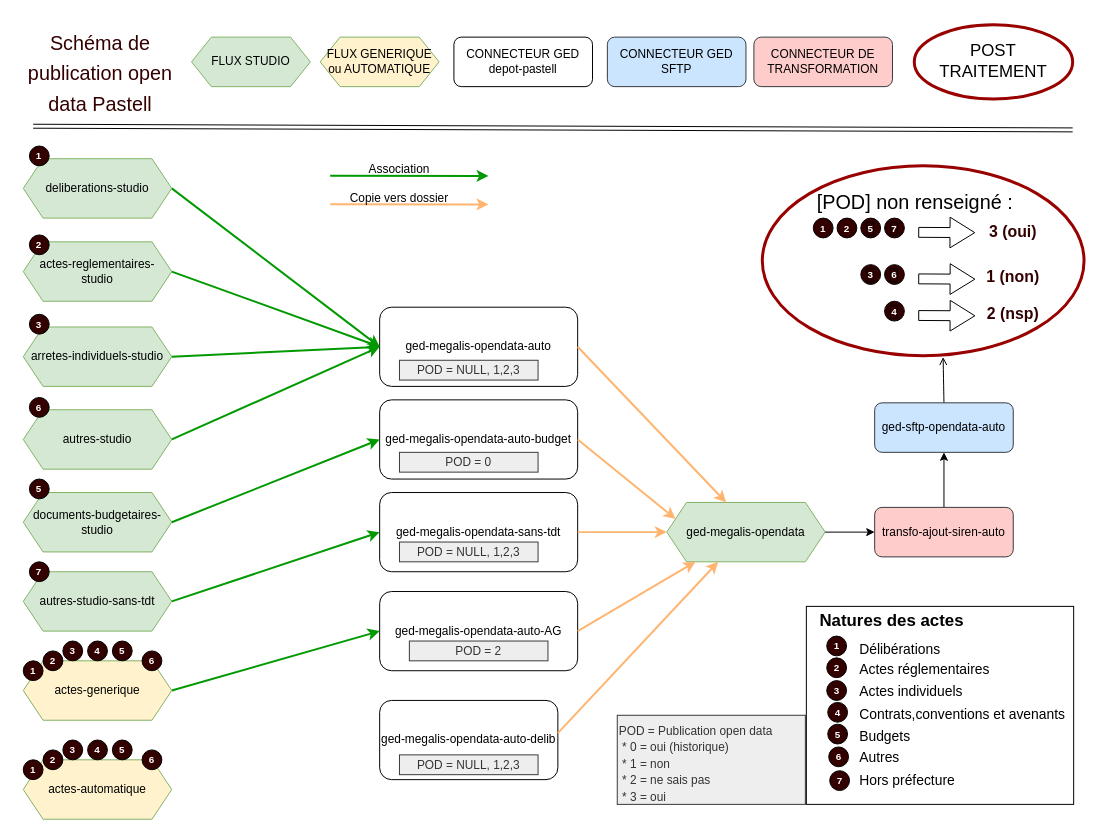
Before: source/pastell_publication_OD.drawio in megalis-bretagne/opendata-documentation, a draw.io diagram. Source tidied: cells renumbered, new cells numbered last; positions are measured from the earlier drawing's top-left corner, leaving out a move shared by most shapes. Both pictures are drawn from the tidied source at 99%, with x=0, y=0 at pixel (16, 17).
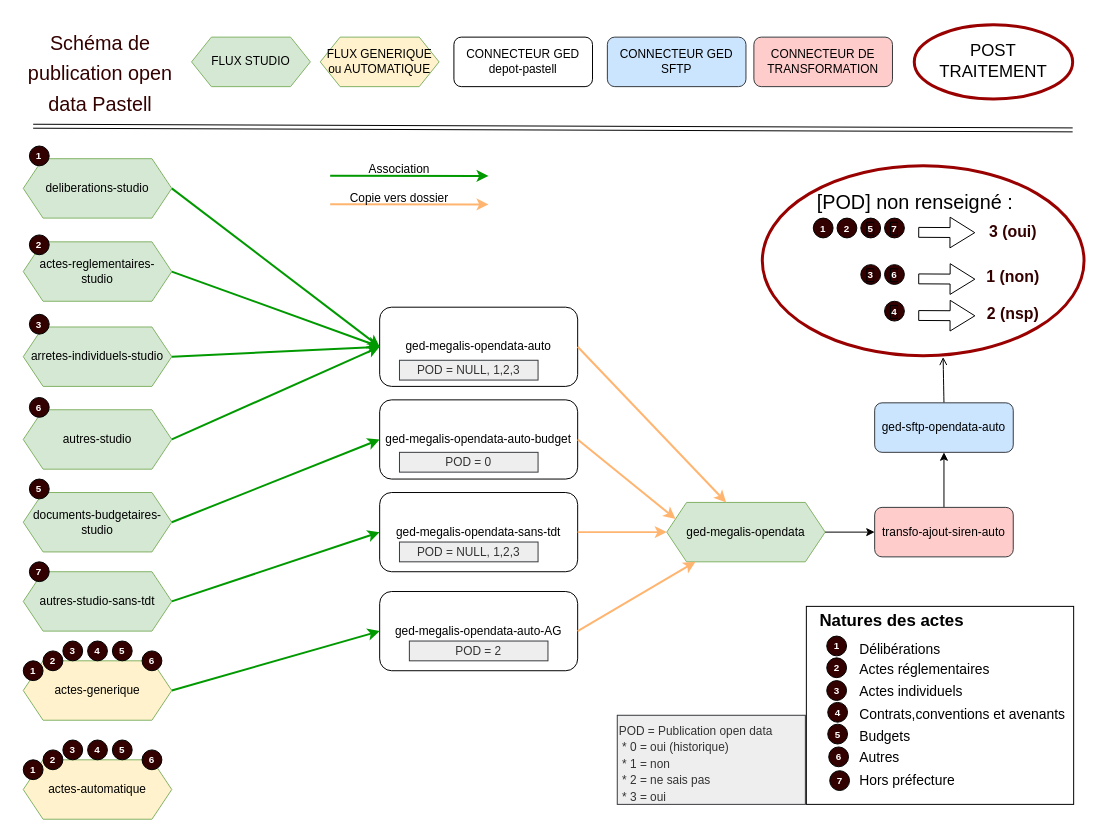
After the change.

Commit message:
Suppression du connecteur inutilisé auto-dlib

The change refers to these unchanged cells:
```xml
<mxCell id="9" value="ged-megalis-opendata" style="shape=hexagon;perimeter=hexagonPerimeter2;whiteSpace=wrap;html=1;fixedSize=1;fillColor=#d5e8d4;strokeColor=#82b366;" parent="1" vertex="1">
  <mxGeometry x="657" y="490" width="160" height="60" as="geometry" />
</mxCell>
```

Diff of the diagram source:
```diff
@@
-    <mxCell id="7" value="ged-megalis-opendata-auto-delib" style="rounded=1;whiteSpace=wrap;html=1;" parent="1" vertex="1">
-      <mxGeometry x="367" y="690" width="180" height="80" as="geometry" />
-    </mxCell>
@@
-    <mxCell id="19" style="endArrow=classic;html=1;rounded=0;strokeColor=#FFB570;strokeWidth=2;" parent="1" edge="1" target="9">
-      <mxGeometry relative="1" as="geometry">
-        <mxPoint x="547" y="723" as="sourcePoint" />
-      </mxGeometry>
-    </mxCell>
@@
-    <mxCell id="56" value="&lt;span style=&quot;color: rgb(51, 51, 51); font-size: 12px;&quot;&gt;POD = NULL, 1,2,3&lt;/span&gt;" style="rounded=0;whiteSpace=wrap;html=1;fontSize=14;fillColor=#eeeeee;strokeColor=#36393d;" parent="1" vertex="1">
-      <mxGeometry x="387" y="745" width="140" height="20" as="geometry" />
-    </mxCell>
```
